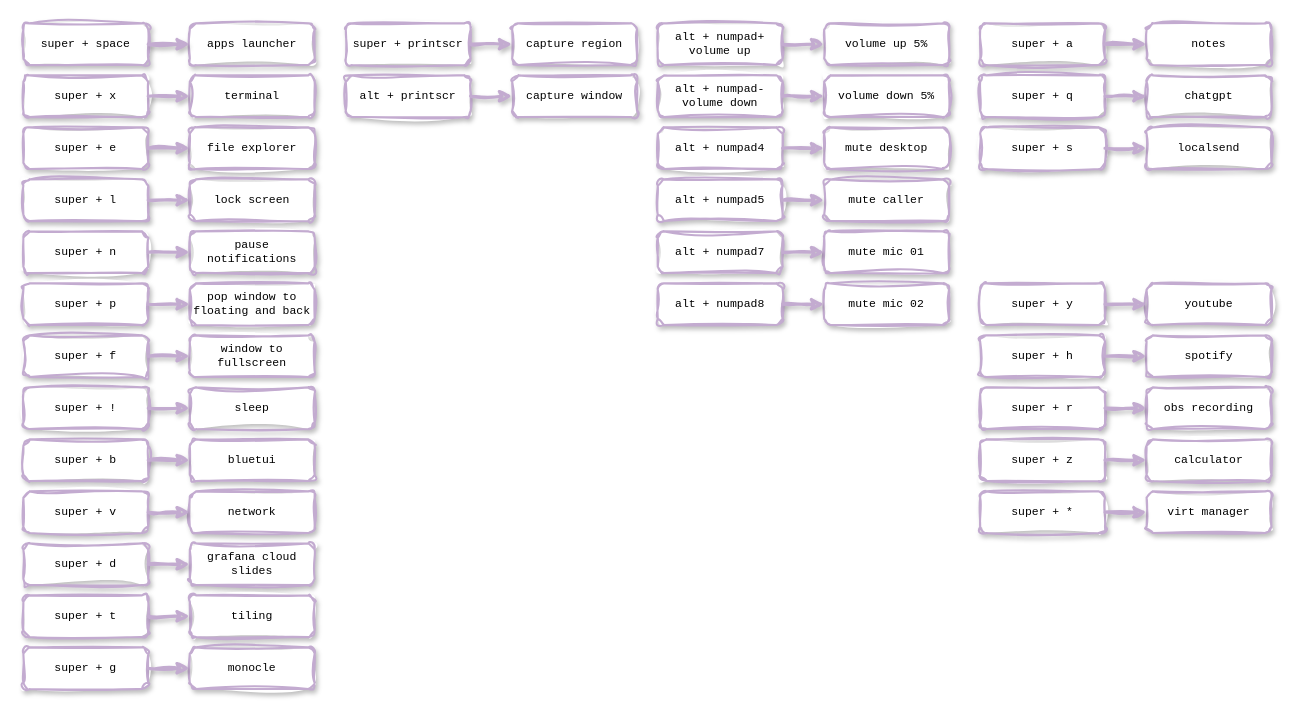
alainpham/dwm-flexipatch keeps this draw.io diagram as shortcutmap/keymap.drawio. Above is the earlier version. Source tidied: cells renumbered, new cells numbered last; positions are measured from the earlier drawing's top-left corner, leaving out a move shared by most shapes. Both pictures are drawn from the tidied source at 104%, with x=0, y=0 at pixel (23, 23).
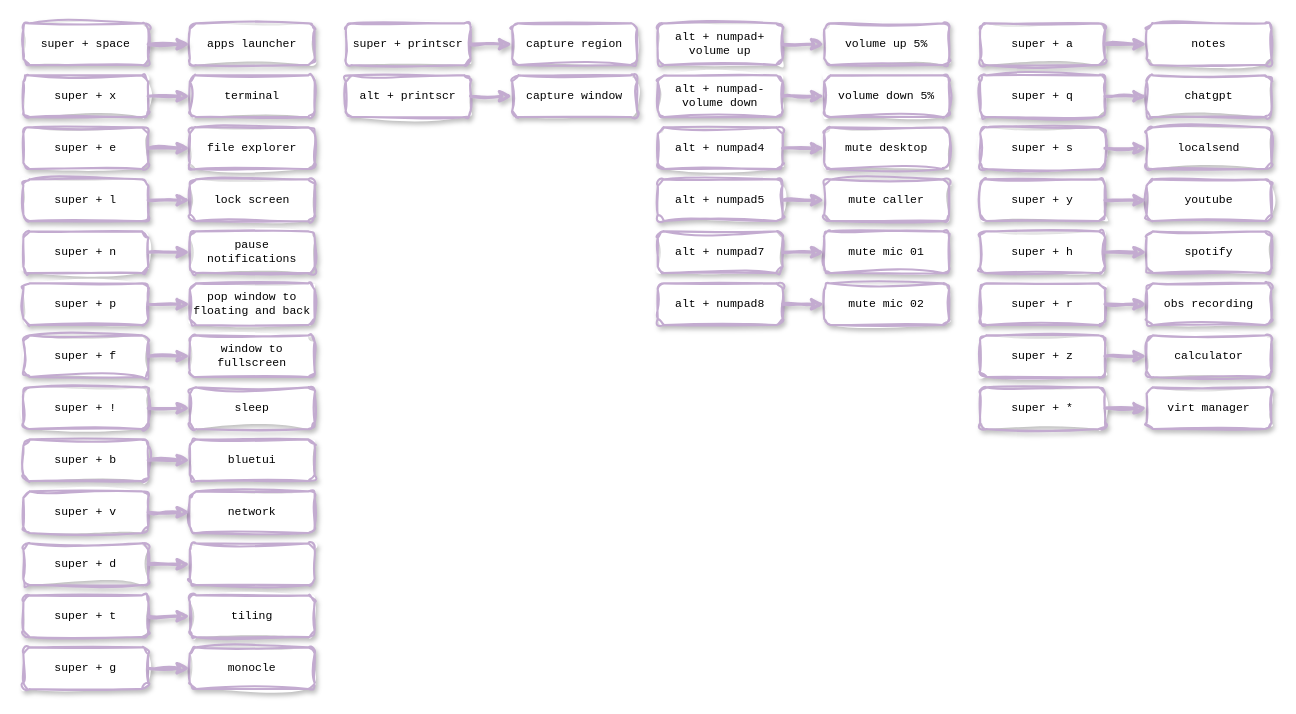
The same page after the edit.

What changed in the source:
```diff
@@
     <mxCell id="17" value="super + r" style="rounded=1;whiteSpace=wrap;html=1;sketch=1;curveFitting=1;jiggle=2;glass=0;shadow=1;strokeColor=#C3ABD0;strokeWidth=2;align=center;verticalAlign=middle;fontFamily=Courier New;fontSize=11;fontColor=default;fillColor=default;" parent="1" vertex="1">
-      <mxGeometry x="920" y="350" width="120" height="40" as="geometry" />
+      <mxGeometry x="920" y="250" width="120" height="40" as="geometry" />
     </mxCell>
@@
     <mxCell id="19" value="obs recording" style="whiteSpace=wrap;html=1;strokeColor=#C3ABD0;rounded=1;sketch=1;curveFitting=1;jiggle=2;glass=0;shadow=1;strokeWidth=2;fontFamily=Courier New;fontSize=11;" parent="1" vertex="1">
-      <mxGeometry x="1080" y="350" width="120" height="40" as="geometry" />
+      <mxGeometry x="1080" y="250" width="120" height="40" as="geometry" />
     </mxCell>
@@
-    <mxCell id="51" value="grafana cloud slides" style="whiteSpace=wrap;html=1;strokeColor=#C3ABD0;rounded=1;sketch=1;curveFitting=1;jiggle=2;glass=0;shadow=1;strokeWidth=2;fontFamily=Courier New;fontSize=11;" parent="1" vertex="1">
+    <mxCell id="51" style="whiteSpace=wrap;html=1;strokeColor=#C3ABD0;rounded=1;sketch=1;curveFitting=1;jiggle=2;glass=0;shadow=1;strokeWidth=2;fontFamily=Courier New;fontSize=11;" parent="1" vertex="1">
       <mxGeometry x="160" y="500" width="120" height="40" as="geometry" />
     </mxCell>
@@
     <mxCell id="59" value="super + y" style="rounded=1;whiteSpace=wrap;html=1;sketch=1;curveFitting=1;jiggle=2;glass=0;shadow=1;strokeColor=#C3ABD0;strokeWidth=2;align=center;verticalAlign=middle;fontFamily=Courier New;fontSize=11;fontColor=default;fillColor=default;" parent="1" vertex="1">
-      <mxGeometry x="920" y="250" width="120" height="40" as="geometry" />
+      <mxGeometry x="920" y="150" width="120" height="40" as="geometry" />
     </mxCell>
     <mxCell id="60" value="youtube" style="whiteSpace=wrap;html=1;strokeColor=#C3ABD0;rounded=1;sketch=1;curveFitting=1;jiggle=2;glass=0;shadow=1;strokeWidth=2;fontFamily=Courier New;fontSize=11;" parent="1" vertex="1">
-      <mxGeometry x="1080" y="250" width="120" height="40" as="geometry" />
+      <mxGeometry x="1080" y="150" width="120" height="40" as="geometry" />
     </mxCell>
@@
     <mxCell id="62" value="super + h" style="rounded=1;whiteSpace=wrap;html=1;sketch=1;curveFitting=1;jiggle=2;glass=0;shadow=1;strokeColor=#C3ABD0;strokeWidth=2;align=center;verticalAlign=middle;fontFamily=Courier New;fontSize=11;fontColor=default;fillColor=default;" parent="1" vertex="1">
-      <mxGeometry x="920" y="300" width="120" height="40" as="geometry" />
+      <mxGeometry x="920" y="200" width="120" height="40" as="geometry" />
     </mxCell>
@@
     <mxCell id="64" value="spotify" style="whiteSpace=wrap;html=1;strokeColor=#C3ABD0;rounded=1;sketch=1;curveFitting=1;jiggle=2;glass=0;shadow=1;strokeWidth=2;fontFamily=Courier New;fontSize=11;" parent="1" vertex="1">
-      <mxGeometry x="1080" y="300" width="120" height="40" as="geometry" />
+      <mxGeometry x="1080" y="200" width="120" height="40" as="geometry" />
     </mxCell>
@@
     <mxCell id="71" value="super + z" style="rounded=1;whiteSpace=wrap;html=1;sketch=1;curveFitting=1;jiggle=2;glass=0;shadow=1;strokeColor=#C3ABD0;strokeWidth=2;align=center;verticalAlign=middle;fontFamily=Courier New;fontSize=11;fontColor=default;fillColor=default;" parent="1" vertex="1">
-      <mxGeometry x="920" y="400" width="120" height="40" as="geometry" />
+      <mxGeometry x="920" y="300" width="120" height="40" as="geometry" />
     </mxCell>
     <mxCell id="72" value="calculator" style="whiteSpace=wrap;html=1;strokeColor=#C3ABD0;rounded=1;sketch=1;curveFitting=1;jiggle=2;glass=0;shadow=1;strokeWidth=2;fontFamily=Courier New;fontSize=11;" parent="1" vertex="1">
-      <mxGeometry x="1080" y="400" width="120" height="40" as="geometry" />
+      <mxGeometry x="1080" y="300" width="120" height="40" as="geometry" />
     </mxCell>
@@
     <mxCell id="74" value="super + *" style="rounded=1;whiteSpace=wrap;html=1;sketch=1;curveFitting=1;jiggle=2;glass=0;shadow=1;strokeColor=#C3ABD0;strokeWidth=2;align=center;verticalAlign=middle;fontFamily=Courier New;fontSize=11;fontColor=default;fillColor=default;" parent="1" vertex="1">
-      <mxGeometry x="920" y="450" width="120" height="40" as="geometry" />
+      <mxGeometry x="920" y="350" width="120" height="40" as="geometry" />
     </mxCell>
     <mxCell id="75" value="virt manager" style="whiteSpace=wrap;html=1;strokeColor=#C3ABD0;rounded=1;sketch=1;curveFitting=1;jiggle=2;glass=0;shadow=1;strokeWidth=2;fontFamily=Courier New;fontSize=11;" parent="1" vertex="1">
-      <mxGeometry x="1080" y="450" width="120" height="40" as="geometry" />
+      <mxGeometry x="1080" y="350" width="120" height="40" as="geometry" />
     </mxCell>
```
